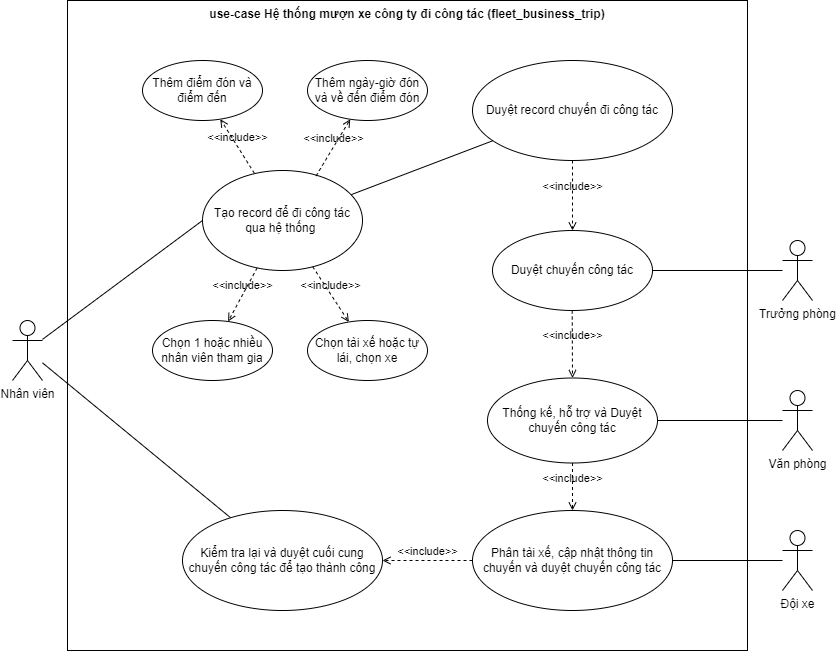
Above: uml-diargrams/uml_use-case_fleet_business_trip.png in NgoHuuNghia/odoo15-digitalocean (draw.io), before the change. Source tidied: cells renumbered, new cells last; positions are measured from the earlier drawing's top-left corner, leaving out a move shared by most shapes.
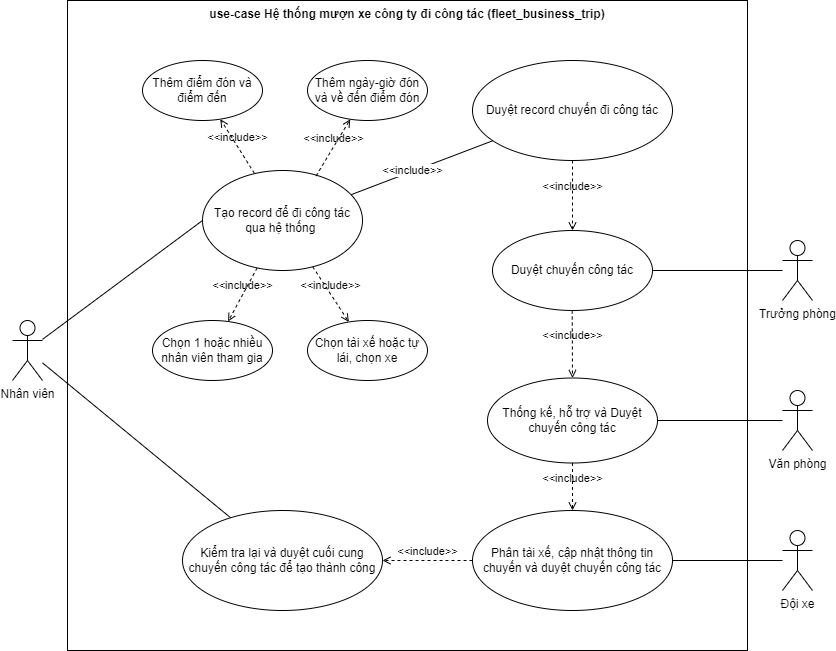
After the change.

Change to the diagram source:
```diff
@@ -17,6 +17,11 @@
     <mxCell id="6" style="edgeStyle=none;html=1;endArrow=none;endFill=0;" parent="1" edge="1" source="7" target="16">
       <mxGeometry relative="1" as="geometry" />
     </mxCell>
+    <mxCell id="31" value="&amp;lt;&amp;lt;include&amp;gt;&amp;gt;" style="edgeLabel;html=1;align=center;verticalAlign=middle;" parent="6" vertex="1">
+      <mxGeometry x="-0.33" y="-1" relative="1" as="geometry">
+        <mxPoint x="13" y="-7" as="offset" />
+      </mxGeometry>
+    </mxCell>
     <mxCell id="7" value="Tạo record để đi công tác qua hệ thống&amp;nbsp;" style="ellipse;whiteSpace=wrap;html=1;" parent="1" vertex="1">
       <mxGeometry x="190" y="170" width="160" height="100" as="geometry" />
     </mxCell>
```
